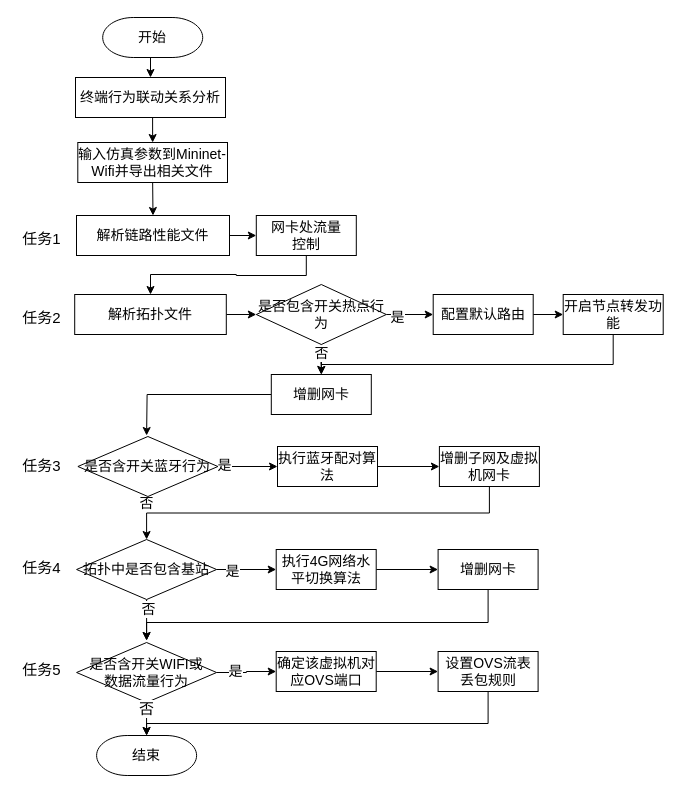
Before: page "use_动态拓扑及链路性能仿真流程图" (12 of 13) of 网络控制技术_流程图.drawio in Icarus1994/neutron_conf, a draw.io diagram. Source tidied: cells renumbered, new cells numbered last; positions are measured from the earlier drawing's top-left corner, leaving out a move shared by most shapes. Both pictures are drawn from the tidied source at 100%, with x=0, y=0 at pixel (17, 17).
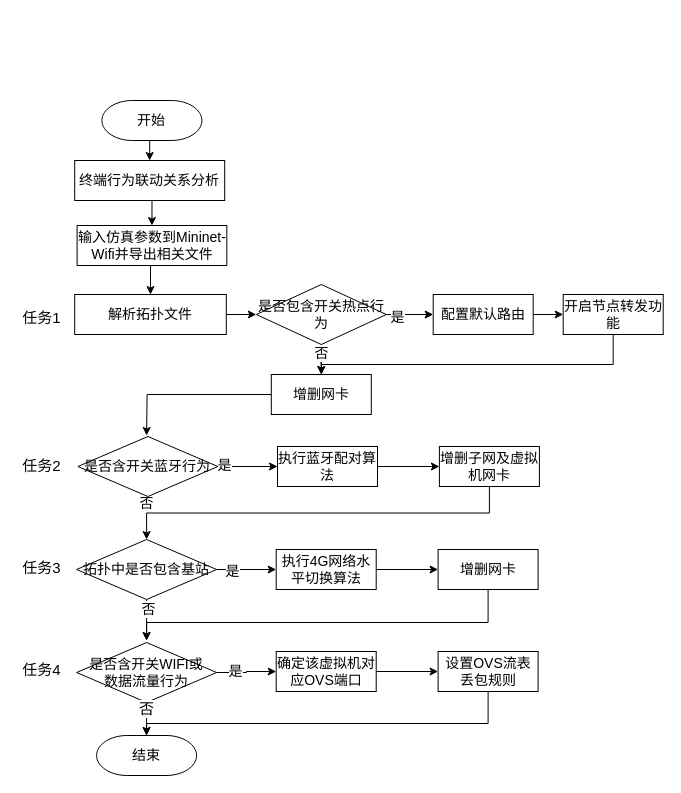
The same diagram, later.

Unchanged cells that the change refers to:
```xml
<mxCell id="24" value="解析拓扑文件" style="rounded=0;whiteSpace=wrap;html=1;strokeWidth=1;fontSize=14;" parent="1" vertex="1">
  <mxGeometry x="57.2" y="277" width="151.6" height="40" as="geometry" />
</mxCell>
```

Diff of the diagram source:
```diff
@@
     <mxCell id="2" value="开始" style="strokeWidth=1;html=1;shape=mxgraph.flowchart.terminator;whiteSpace=wrap;fontSize=14;" parent="1" vertex="1">
-      <mxGeometry x="85.2" width="100" height="40" as="geometry" />
+      <mxGeometry x="84.4" y="83" width="100" height="40" as="geometry" />
     </mxCell>
-    <mxCell id="3" style="edgeStyle=orthogonalEdgeStyle;rounded=0;jettySize=auto;html=1;exitX=0.5;exitY=1;exitDx=0;exitDy=0;entryX=0.5;entryY=0;entryDx=0;entryDy=0;startArrow=none;startFill=0;fontSize=14;" parent="1" edge="1" source="4" target="41">
-      <mxGeometry relative="1" as="geometry" />
-    </mxCell>
     <mxCell id="4" value="输入仿真参数到Mininet-Wifi并导出相关文件" style="rounded=0;whiteSpace=wrap;html=1;strokeWidth=1;fontSize=14;" parent="1" vertex="1">
-      <mxGeometry x="60.3" y="125" width="149.7" height="40" as="geometry" />
+      <mxGeometry x="59.6" y="208" width="149.7" height="40" as="geometry" />
     </mxCell>
@@
     <mxCell id="6" value="终端行为联动关系分析" style="rounded=0;whiteSpace=wrap;html=1;strokeWidth=1;fontSize=14;" parent="1" vertex="1">
-      <mxGeometry x="58" y="60" width="150" height="40" as="geometry" />
+      <mxGeometry x="57.2" y="143" width="150" height="40" as="geometry" />
     </mxCell>
     <mxCell id="7" style="edgeStyle=orthogonalEdgeStyle;rounded=0;jettySize=auto;html=1;exitX=0.5;exitY=1;exitDx=0;exitDy=0;entryX=0.5;entryY=0;entryDx=0;entryDy=0;startArrow=none;startFill=0;fontSize=14;" parent="1" edge="1" target="6">
       <mxGeometry relative="1" as="geometry">
-        <mxPoint x="134.9" y="40" as="sourcePoint" />
+        <mxPoint x="134.1" y="123" as="sourcePoint" />
       </mxGeometry>
     </mxCell>
@@
-    <mxCell id="40" style="edgeStyle=orthogonalEdgeStyle;rounded=0;jettySize=auto;html=1;exitX=1;exitY=0.5;exitDx=0;exitDy=0;entryX=0;entryY=0.5;entryDx=0;entryDy=0;startArrow=none;startFill=0;fontSize=14;" parent="1" edge="1" source="41">
-      <mxGeometry relative="1" as="geometry">
-        <mxPoint x="238.8" y="218" as="targetPoint" />
-      </mxGeometry>
-    </mxCell>
-    <mxCell id="41" value="解析链路性能文件" style="rounded=0;whiteSpace=wrap;html=1;strokeWidth=1;fontSize=14;" parent="1" vertex="1">
-      <mxGeometry x="59" y="198" width="153" height="40" as="geometry" />
-    </mxCell>
-    <mxCell id="42" style="edgeStyle=orthogonalEdgeStyle;rounded=0;jettySize=auto;html=1;exitX=0.5;exitY=1;exitDx=0;exitDy=0;entryX=0.5;entryY=0;entryDx=0;entryDy=0;startArrow=none;startFill=0;fontSize=14;" parent="1" edge="1" source="43" target="24">
+    <mxCell id="42" style="edgeStyle=orthogonalEdgeStyle;rounded=0;jettySize=auto;html=1;exitX=0.5;exitY=1;exitDx=0;exitDy=0;entryX=0.5;entryY=0;entryDx=0;entryDy=0;startArrow=none;startFill=0;fontSize=14;" parent="1" edge="1" source="4" target="24">
       <mxGeometry relative="1" as="geometry" />
     </mxCell>
-    <mxCell id="43" value="网卡处流量&lt;br&gt;控制" style="rounded=0;whiteSpace=wrap;html=1;strokeWidth=1;fontSize=14;" parent="1" vertex="1">
-      <mxGeometry x="238.8" y="198" width="100" height="40" as="geometry" />
-    </mxCell>
-    <mxCell id="44" value="任务1" style="text;html=1;align=center;verticalAlign=middle;fontSize=15;" parent="1" vertex="1">
-      <mxGeometry y="210" width="48" height="22" as="geometry" />
-    </mxCell>
-    <mxCell id="45" value="任务2" style="text;html=1;align=center;verticalAlign=middle;fontSize=15;" parent="1" vertex="1">
+    <mxCell id="45" value="任务1" style="text;html=1;align=center;verticalAlign=middle;fontSize=15;" parent="1" vertex="1">
       <mxGeometry y="289" width="48" height="22" as="geometry" />
     </mxCell>
-    <mxCell id="46" value="任务3" style="text;html=1;align=center;verticalAlign=middle;fontSize=15;" parent="1" vertex="1">
+    <mxCell id="46" value="任务2" style="text;html=1;align=center;verticalAlign=middle;fontSize=15;" parent="1" vertex="1">
       <mxGeometry y="437" width="48" height="22" as="geometry" />
     </mxCell>
-    <mxCell id="47" value="任务4" style="text;html=1;align=center;verticalAlign=middle;fontSize=15;" parent="1" vertex="1">
+    <mxCell id="47" value="任务3" style="text;html=1;align=center;verticalAlign=middle;fontSize=15;" parent="1" vertex="1">
       <mxGeometry y="539" width="48" height="22" as="geometry" />
     </mxCell>
-    <mxCell id="48" value="任务5" style="text;html=1;align=center;verticalAlign=middle;fontSize=15;" parent="1" vertex="1">
+    <mxCell id="48" value="任务4" style="text;html=1;align=center;verticalAlign=middle;fontSize=15;" parent="1" vertex="1">
       <mxGeometry y="641" width="48" height="22" as="geometry" />
     </mxCell>
```
